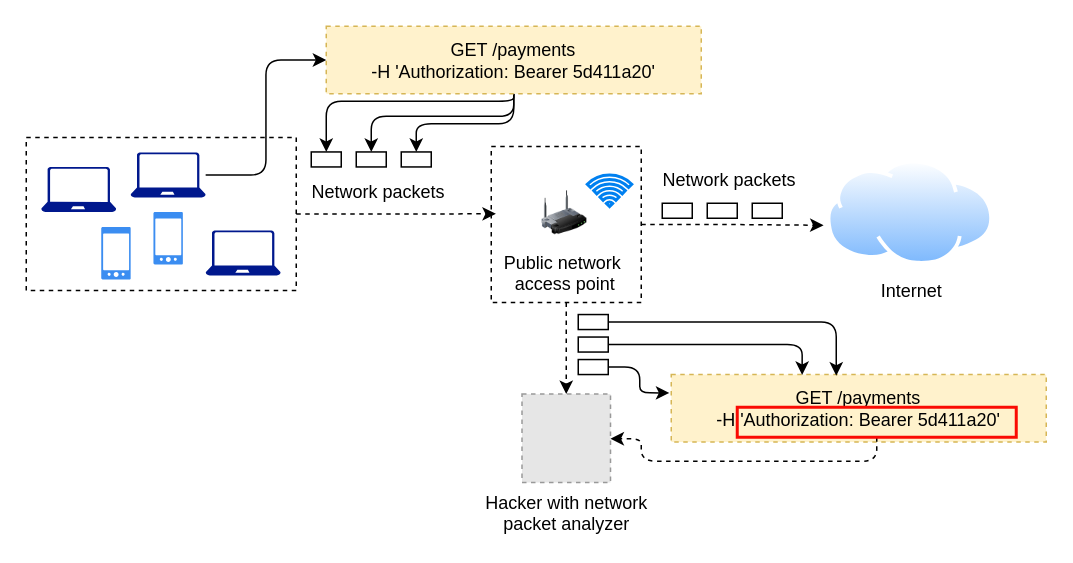
Above: page "7.3" (3 of 14) of ch07.drawio in abunuwas/api-sec-book-imgs (draw.io), before the change. Source tidied: cells renumbered, new cells numbered last; positions are measured from the earlier drawing's top-left corner, leaving out a move shared by most shapes. Both pictures are drawn from the tidied source at 150%, with x=0, y=0 at pixel (26, 26). Pictures stored in the file or linked from it are replaced by grey dashed boxes.
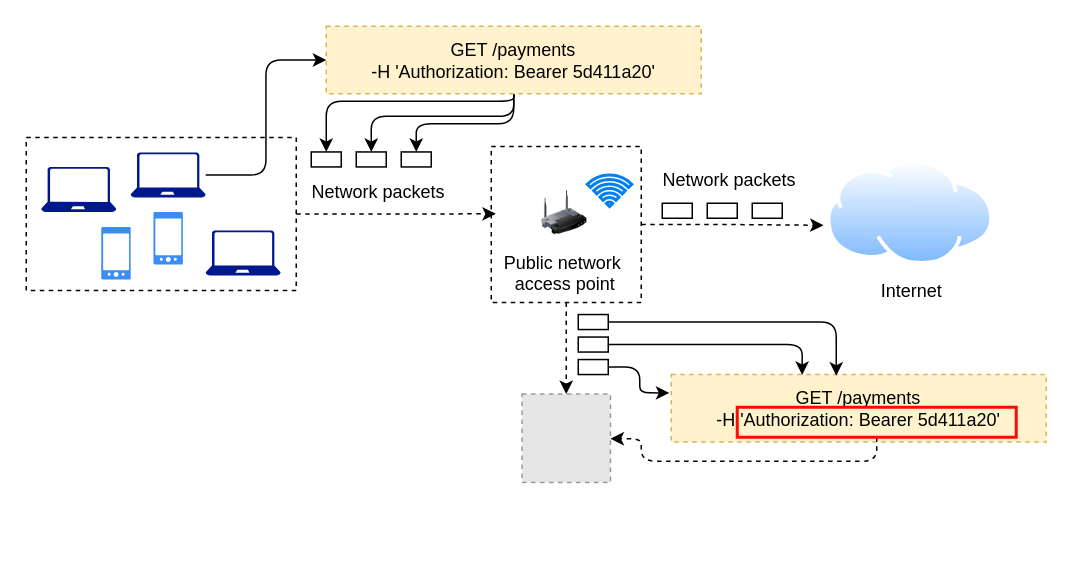
The same diagram, later.

The edit, as a diff of the source:
```diff
@@
-    <mxCell id="5" value="Hacker with network&lt;div&gt;packet analyzer&lt;/div&gt;" style="fillColor=#E6E6E6;strokeColor=#999999;dashed=1;html=1;verticalAlign=top;verticalLabelPosition=bottom;labelBackgroundColor=#ffffff;" parent="1" vertex="1">
+    <mxCell id="5" style="fillColor=#E6E6E6;strokeColor=#999999;dashed=1;html=1;verticalAlign=top;verticalLabelPosition=bottom;labelBackgroundColor=#ffffff;" parent="1" vertex="1">
       <mxGeometry x="330.5" y="245.2" width="59" height="59" as="geometry" />
     </mxCell>
```
